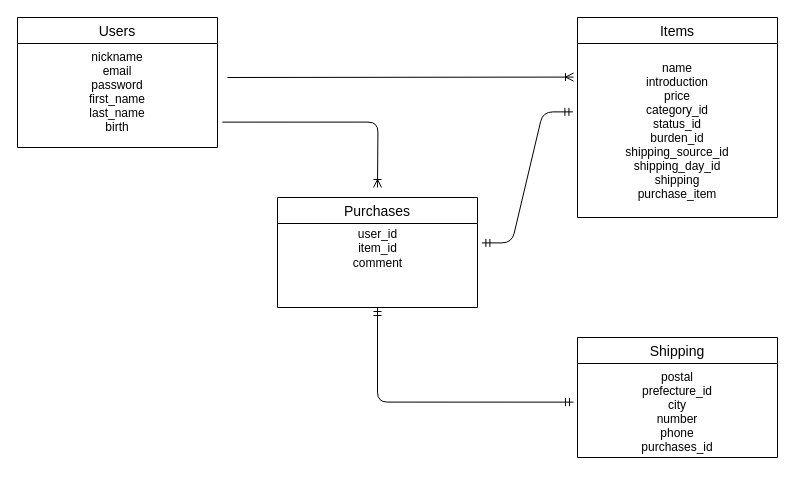
The draw.io diagram test.Draw.io Integration.dio in mitsunari-soad/furima_31783, before the edit. Source tidied: cells renumbered, new cells numbered last; positions are measured from the earlier drawing's top-left corner, leaving out a move shared by most shapes. Both pictures are drawn from the tidied source at 100%, with x=0, y=0 at pixel (17, 17).
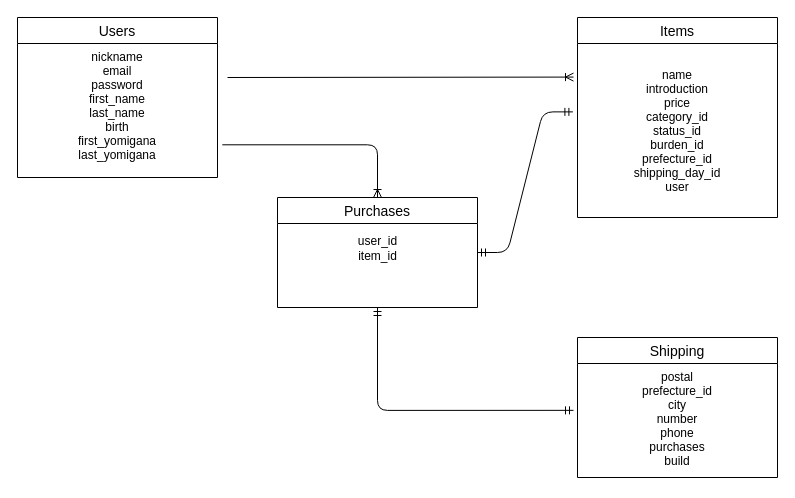
The same page after the edit.

What changed in the source:
```diff
@@
 <mxGraphModel>
   <root>
     <mxCell id="0" />
     <mxCell id="1" parent="0" />
     <mxCell id="2" value="Users" style="swimlane;fontStyle=0;horizontal=1;startSize=26;align=center;fontSize=14;" parent="1" vertex="1">
-      <mxGeometry width="200" height="130" as="geometry" />
+      <mxGeometry width="200" height="160" as="geometry" />
     </mxCell>
-    <mxCell id="3" value="nickname&#10;email&#10;password&#10;first_name&#10;last_name&#10;birth" style="text;strokeColor=none;fillColor=none;spacingLeft=4;spacingRight=4;overflow=hidden;points=[[0,0.5],[1,0.5]];portConstraint=eastwest;fontSize=12;align=center;" parent="2" vertex="1">
-      <mxGeometry y="26" width="200" height="104" as="geometry" />
+    <mxCell id="3" value="nickname&#10;email&#10;password&#10;first_name&#10;last_name&#10;birth&#10;first_yomigana&#10;last_yomigana" style="text;strokeColor=none;fillColor=none;spacingLeft=4;spacingRight=4;overflow=hidden;points=[[0,0.5],[1,0.5]];portConstraint=eastwest;fontSize=12;align=center;" parent="2" vertex="1">
+      <mxGeometry y="26" width="200" height="134" as="geometry" />
     </mxCell>
     <mxCell id="4" style="edgeStyle=elbowEdgeStyle;rounded=0;orthogonalLoop=1;jettySize=auto;html=1;exitX=1;exitY=0.5;exitDx=0;exitDy=0;" parent="2" edge="1">
       <mxGeometry relative="1" as="geometry">
         <mxPoint x="200" y="182" as="sourcePoint" />
         <mxPoint x="200" y="182" as="targetPoint" />
       </mxGeometry>
     </mxCell>
     <mxCell id="5" value="Items" style="swimlane;fontStyle=0;horizontal=1;startSize=26;align=center;fontSize=14;" parent="1" vertex="1">
       <mxGeometry x="560" width="200" height="200" as="geometry" />
     </mxCell>
-    <mxCell id="6" value="name&#10;introduction&#10;price&#10;category_id&#10;status_id&#10;burden_id&#10;shipping_source_id&#10;shipping_day_id&#10;shipping&#10;purchase_item" style="text;strokeColor=none;fillColor=none;spacingLeft=4;spacingRight=4;overflow=hidden;points=[[0,0.5],[1,0.5]];portConstraint=eastwest;fontSize=12;verticalAlign=middle;align=center;" parent="5" vertex="1">
+    <mxCell id="6" value="name&#10;introduction&#10;price&#10;category_id&#10;status_id&#10;burden_id&#10;prefecture_id&#10;shipping_day_id&#10;user" style="text;strokeColor=none;fillColor=none;spacingLeft=4;spacingRight=4;overflow=hidden;points=[[0,0.5],[1,0.5]];portConstraint=eastwest;fontSize=12;verticalAlign=middle;align=center;" parent="5" vertex="1">
       <mxGeometry y="26" width="200" height="174" as="geometry" />
     </mxCell>
     <mxCell id="7" value="Shipping" style="swimlane;fontStyle=0;horizontal=1;startSize=26;align=center;fontSize=14;" parent="1" vertex="1">
-      <mxGeometry x="560" y="320" width="200" height="120" as="geometry" />
+      <mxGeometry x="560" y="320" width="200" height="140" as="geometry" />
     </mxCell>
-    <mxCell id="8" value="postal&#10;prefecture_id&#10;city&#10;number&#10;phone&#10;purchases_id&#10;&#10;" style="text;strokeColor=none;fillColor=none;spacingLeft=4;spacingRight=4;overflow=hidden;points=[[0,0.5],[1,0.5]];portConstraint=eastwest;fontSize=12;align=center;" parent="7" vertex="1">
-      <mxGeometry y="26" width="200" height="94" as="geometry" />
+    <mxCell id="8" value="postal&#10;prefecture_id&#10;city&#10;number&#10;phone&#10;purchases&#10;build&#10;&#10;" style="text;strokeColor=none;fillColor=none;spacingLeft=4;spacingRight=4;overflow=hidden;points=[[0,0.5],[1,0.5]];portConstraint=eastwest;fontSize=12;align=center;" parent="7" vertex="1">
+      <mxGeometry y="26" width="200" height="114" as="geometry" />
     </mxCell>
     <mxCell id="9" value="Purchases" style="swimlane;fontStyle=0;horizontal=1;startSize=26;align=center;fontSize=14;" parent="1" vertex="1">
       <mxGeometry x="260" y="180" width="200" height="110" as="geometry" />
     </mxCell>
-    <mxCell id="10" style="edgeStyle=entityRelationEdgeStyle;fontSize=12;html=1;endArrow=ERmandOne;startArrow=ERmandOne;exitX=1.022;exitY=0.388;exitDx=0;exitDy=0;exitPerimeter=0;entryX=-0.023;entryY=0.393;entryDx=0;entryDy=0;entryPerimeter=0;" parent="1" edge="1" source="11" target="6">
+    <mxCell id="10" style="edgeStyle=entityRelationEdgeStyle;fontSize=12;html=1;endArrow=ERmandOne;startArrow=ERmandOne;exitX=1;exitY=0.5;exitDx=0;exitDy=0;entryX=-0.023;entryY=0.393;entryDx=0;entryDy=0;entryPerimeter=0;" parent="1" edge="1" source="9" target="6">
       <mxGeometry relative="1" as="geometry" />
     </mxCell>
-    <mxCell id="11" value="user_id&lt;br&gt;item_id&lt;br&gt;comment" style="text;html=1;align=center;verticalAlign=middle;points=[];" parent="1" vertex="1">
-      <mxGeometry x="260" y="206" width="200" height="50" as="geometry" />
+    <mxCell id="11" value="user_id&lt;br&gt;item_id" style="text;html=1;align=center;verticalAlign=middle;points=[];" parent="1" vertex="1">
+      <mxGeometry x="335" y="216" width="50" height="30" as="geometry" />
     </mxCell>
     <mxCell id="12" style="fontSize=12;html=1;endArrow=ERoneToMany;entryX=-0.02;entryY=0.193;entryDx=0;entryDy=0;entryPerimeter=0;" parent="1" edge="1" target="6">
       <mxGeometry relative="1" as="geometry">
         <mxPoint x="210" y="60" as="sourcePoint" />
       </mxGeometry>
     </mxCell>
     <mxCell id="13" style="edgeStyle=orthogonalEdgeStyle;fontSize=12;html=1;endArrow=ERmandOne;startArrow=ERmandOne;exitX=-0.02;exitY=0.411;exitDx=0;exitDy=0;exitPerimeter=0;entryX=0.5;entryY=1;entryDx=0;entryDy=0;elbow=vertical;" parent="1" edge="1" source="8" target="9">
       <mxGeometry relative="1" as="geometry" />
     </mxCell>
-    <mxCell id="14" style="edgeStyle=orthogonalEdgeStyle;fontSize=12;html=1;endArrow=ERoneToMany;exitX=1.024;exitY=0.756;exitDx=0;exitDy=0;exitPerimeter=0;" parent="1" edge="1" source="3">
-      <mxGeometry relative="1" as="geometry">
-        <mxPoint x="360" y="170" as="targetPoint" />
-      </mxGeometry>
+    <mxCell id="14" style="edgeStyle=orthogonalEdgeStyle;fontSize=12;html=1;endArrow=ERoneToMany;exitX=1.024;exitY=0.756;exitDx=0;exitDy=0;exitPerimeter=0;entryX=0.5;entryY=0;entryDx=0;entryDy=0;" parent="1" edge="1" source="3" target="9">
+      <mxGeometry relative="1" as="geometry" />
     </mxCell>
   </root>
 </mxGraphModel>
```
